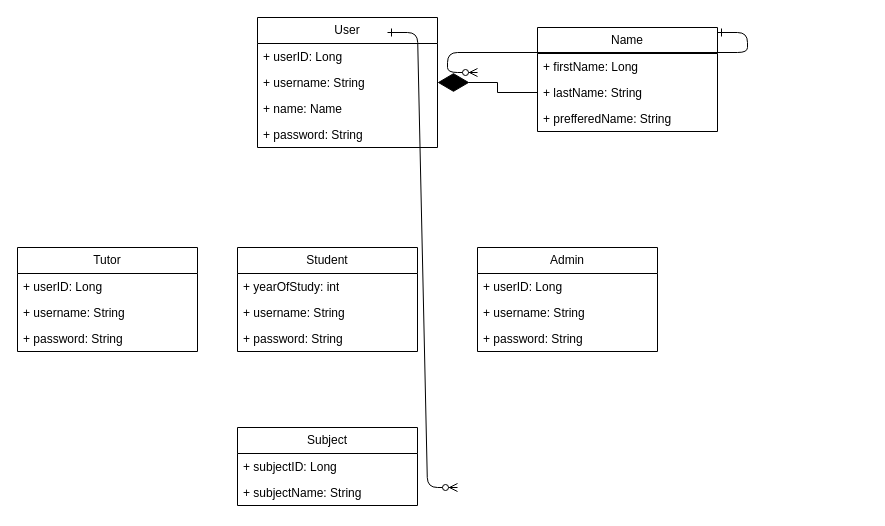
20Mphumzi16/TutorScheduleApplication keeps this draw.io diagram as Untitled Diagram.drawio. Above is the earlier version. Source tidied: cells renumbered, new cells numbered last; positions are measured from the earlier drawing's top-left corner, leaving out a move shared by most shapes. Both pictures are drawn from the tidied source at 100%, with x=0, y=0 at pixel (17, 17).
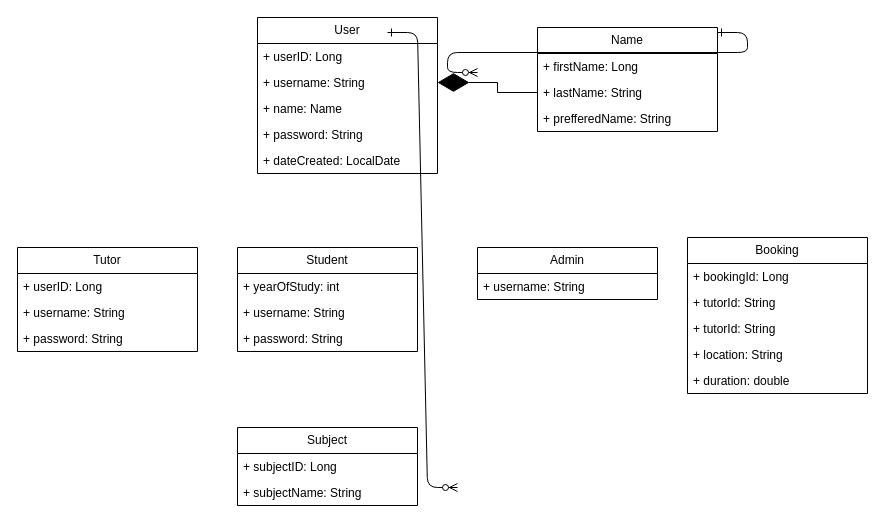
The same diagram, later.

Diff of the diagram source:
```diff
@@
     <mxCell id="5" value="User" style="swimlane;fontStyle=0;horizontal=1;startSize=26;fillColor=none;whiteSpace=wrap;html=1;" parent="1" vertex="1">
-      <mxGeometry x="240" width="180" height="130" as="geometry" />
+      <mxGeometry x="240" width="180" height="156" as="geometry" />
     </mxCell>
@@
+    <mxCell id="30" value="+ dateCreated: LocalDate" style="text;strokeColor=none;fillColor=none;align=left;verticalAlign=top;spacingLeft=4;spacingRight=4;overflow=hidden;whiteSpace=wrap;html=1;" parent="5" vertex="1">
+      <mxGeometry y="130" width="180" height="26" as="geometry" />
+    </mxCell>
@@
     <mxCell id="14" value="Admin" style="swimlane;fontStyle=0;horizontal=1;startSize=26;fillColor=none;whiteSpace=wrap;html=1;" parent="1" vertex="1">
-      <mxGeometry x="460" y="230" width="180" height="104" as="geometry" />
+      <mxGeometry x="460" y="230" width="180" height="52" as="geometry" />
     </mxCell>
-    <mxCell id="15" value="+ userID: Long" style="text;strokeColor=none;fillColor=none;align=left;verticalAlign=top;spacingLeft=4;spacingRight=4;overflow=hidden;whiteSpace=wrap;html=1;" parent="14" vertex="1">
-      <mxGeometry y="26" width="180" height="26" as="geometry" />
-    </mxCell>
     <mxCell id="16" value="+ username: String" style="text;strokeColor=none;fillColor=none;align=left;verticalAlign=top;spacingLeft=4;spacingRight=4;overflow=hidden;whiteSpace=wrap;html=1;" parent="14" vertex="1">
-      <mxGeometry y="52" width="180" height="26" as="geometry" />
+      <mxGeometry y="26" width="180" height="26" as="geometry" />
     </mxCell>
-    <mxCell id="17" value="+ password: String" style="text;strokeColor=none;fillColor=none;align=left;verticalAlign=top;spacingLeft=4;spacingRight=4;overflow=hidden;whiteSpace=wrap;html=1;" parent="14" vertex="1">
-      <mxGeometry y="78" width="180" height="26" as="geometry" />
-    </mxCell>
@@
+    <mxCell id="31" value="Booking" style="swimlane;fontStyle=0;horizontal=1;startSize=26;fillColor=none;whiteSpace=wrap;html=1;" parent="1" vertex="1">
+      <mxGeometry x="670" y="220" width="180" height="156" as="geometry" />
+    </mxCell>
+    <mxCell id="32" value="+ bookingId: Long" style="text;strokeColor=none;fillColor=none;align=left;verticalAlign=top;spacingLeft=4;spacingRight=4;overflow=hidden;whiteSpace=wrap;html=1;" parent="31" vertex="1">
+      <mxGeometry y="26" width="180" height="26" as="geometry" />
+    </mxCell>
+    <mxCell id="33" value="+ tutorId: String" style="text;strokeColor=none;fillColor=none;align=left;verticalAlign=top;spacingLeft=4;spacingRight=4;overflow=hidden;whiteSpace=wrap;html=1;" parent="31" vertex="1">
+      <mxGeometry y="52" width="180" height="26" as="geometry" />
+    </mxCell>
+    <mxCell id="34" value="+ tutorId: String" style="text;strokeColor=none;fillColor=none;align=left;verticalAlign=top;spacingLeft=4;spacingRight=4;overflow=hidden;whiteSpace=wrap;html=1;" parent="31" vertex="1">
+      <mxGeometry y="78" width="180" height="26" as="geometry" />
+    </mxCell>
+    <mxCell id="35" value="+ location: String" style="text;strokeColor=none;fillColor=none;align=left;verticalAlign=top;spacingLeft=4;spacingRight=4;overflow=hidden;whiteSpace=wrap;html=1;" parent="31" vertex="1">
+      <mxGeometry y="104" width="180" height="26" as="geometry" />
+    </mxCell>
+    <mxCell id="36" value="+ duration: double" style="text;strokeColor=none;fillColor=none;align=left;verticalAlign=top;spacingLeft=4;spacingRight=4;overflow=hidden;whiteSpace=wrap;html=1;" parent="31" vertex="1">
+      <mxGeometry y="130" width="180" height="26" as="geometry" />
+    </mxCell>
```
